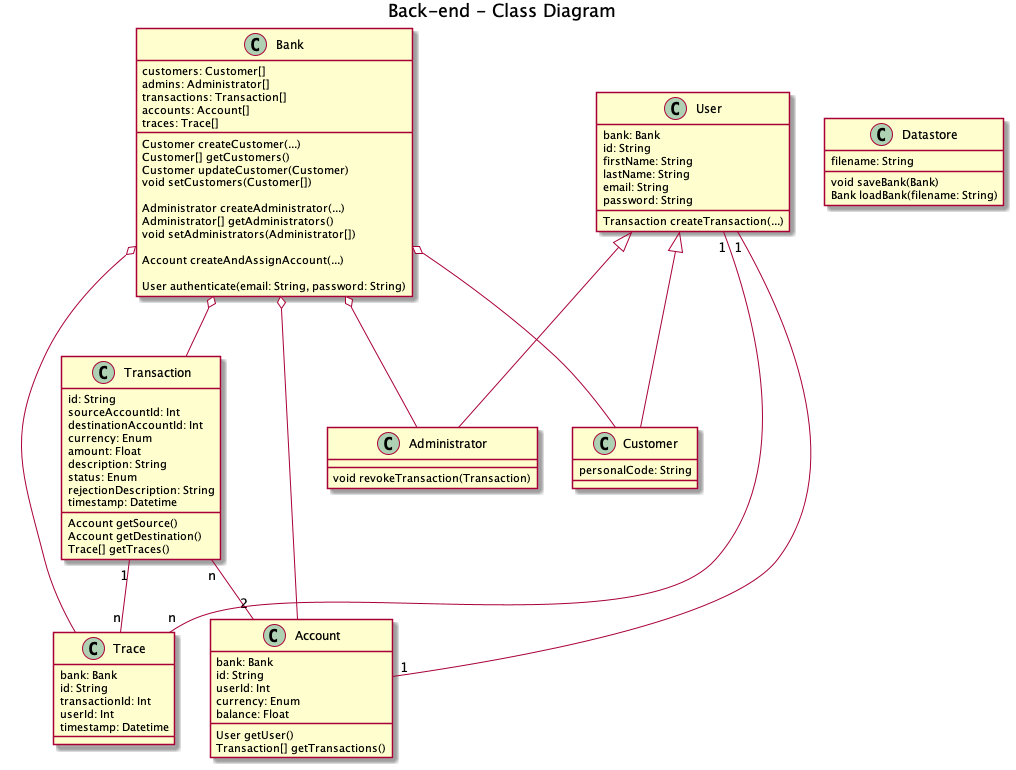
Sysmod-2021/bankappbackend keeps this PlantUML diagram as docs/classes/backend-classes.png. Above is the earlier version.
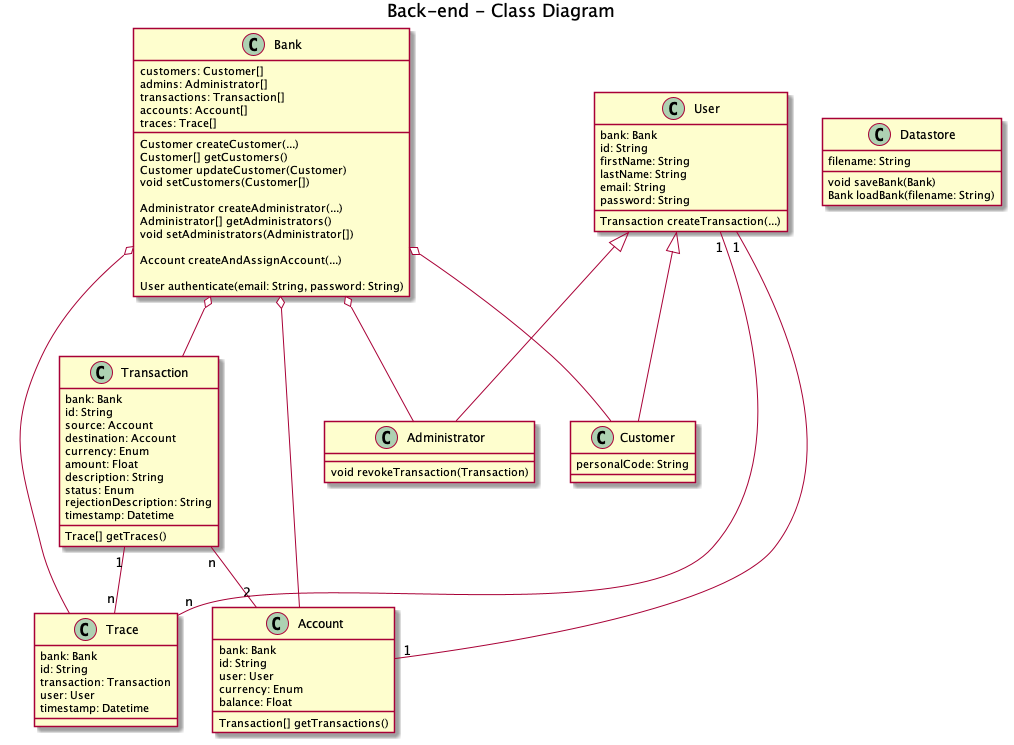
Later version of the same file.

Commit message:
#24: Class diagram updated

The edit, as a diff of the source:
```diff
@@ -45,18 +45,18 @@
 class Account {
     bank: Bank
     id: String
-    userId: Int
+    user: User
     currency: Enum
     balance: Float
 
-    User getUser()
     Transaction[] getTransactions()
 }
 
 class Transaction {
+    bank: Bank
     id: String
-    sourceAccountId: Int
-    destinationAccountId: Int
+    source: Account
+    destination: Account
     currency: Enum
     amount: Float
     description: String
@@ -64,16 +64,14 @@
     rejectionDescription: String
     timestamp: Datetime
 
-    Account getSource()
-    Account getDestination()
     Trace[] getTraces()
 }
 
 class Trace {
     bank: Bank
     id: String
-    transactionId: Int
-    userId: Int
+    transaction: Transaction
+    user: User
     timestamp: Datetime
 }
 
```
